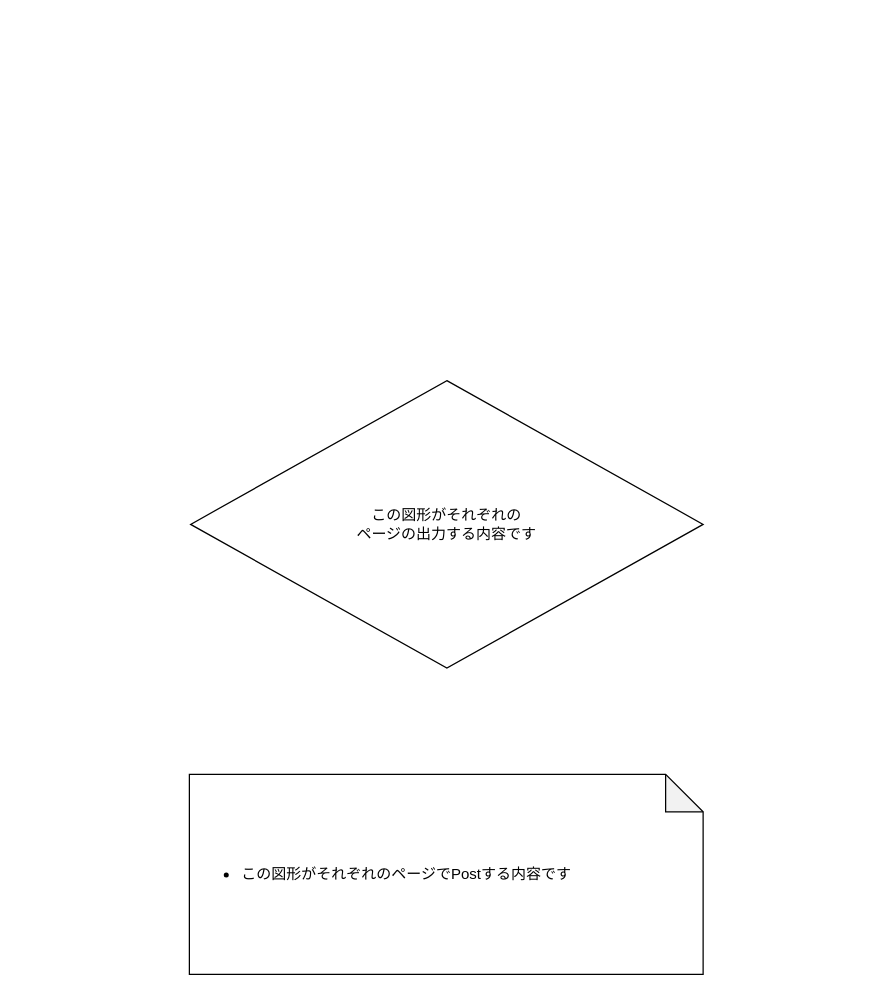
Earlier version of the draw.io diagram page "README" (1 of 8) of Designs/要件定義.drawio (yusuke-rakus/Qiish). Source tidied: cells renumbered, new cells numbered last; positions are measured from the earlier drawing's top-left corner, leaving out a move shared by most shapes. Both pictures are drawn from the tidied source at 125%, with x=0, y=0 at pixel (189, 380).
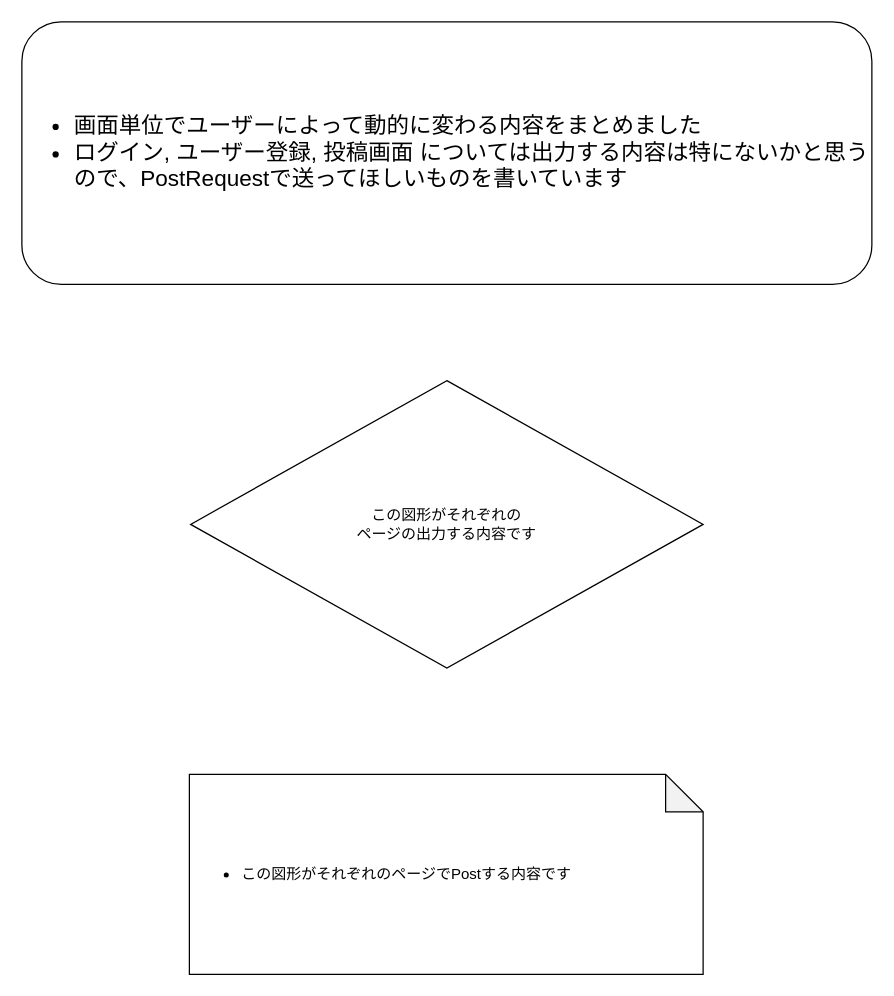
The same page after the edit.

Diff of the diagram source:
```diff
@@
 <mxGraphModel>
   <root>
     <mxCell id="0" />
     <mxCell id="1" parent="0" />
     <mxCell id="2" style="group;" parent="1" vertex="1">
       <mxGeometry width="411" height="475" as="geometry" />
     </mxCell>
     <mxCell id="3" value="この図形がそれぞれの&lt;br&gt;ページの出力する内容です" style="rhombus;whiteSpace=wrap;html=1;" parent="2" vertex="1">
       <mxGeometry x="1" width="410" height="230" as="geometry" />
     </mxCell>
     <mxCell id="4" value="&lt;ul&gt;&lt;li&gt;この図形がそれぞれのページでPostする内容です&lt;/li&gt;&lt;/ul&gt;" style="shape=note;whiteSpace=wrap;html=1;backgroundOutline=1;darkOpacity=0.05;align=left;" parent="2" vertex="1">
       <mxGeometry y="315" width="411" height="160" as="geometry" />
     </mxCell>
+    <mxCell id="5" value="&lt;ul&gt;&lt;li&gt;画面単位でユーザーによって動的に変わる内容をまとめました&lt;/li&gt;&lt;li&gt;ログイン, ユーザー登録, 投稿画面 については出力する内容は特にないかと思うので、PostRequestで送ってほしいものを書いています&lt;/li&gt;&lt;/ul&gt;" style="rounded=1;whiteSpace=wrap;html=1;fontSize=18;align=left;" parent="1" vertex="1">
+      <mxGeometry x="-134" y="-287" width="680" height="210" as="geometry" />
+    </mxCell>
   </root>
 </mxGraphModel>
```
